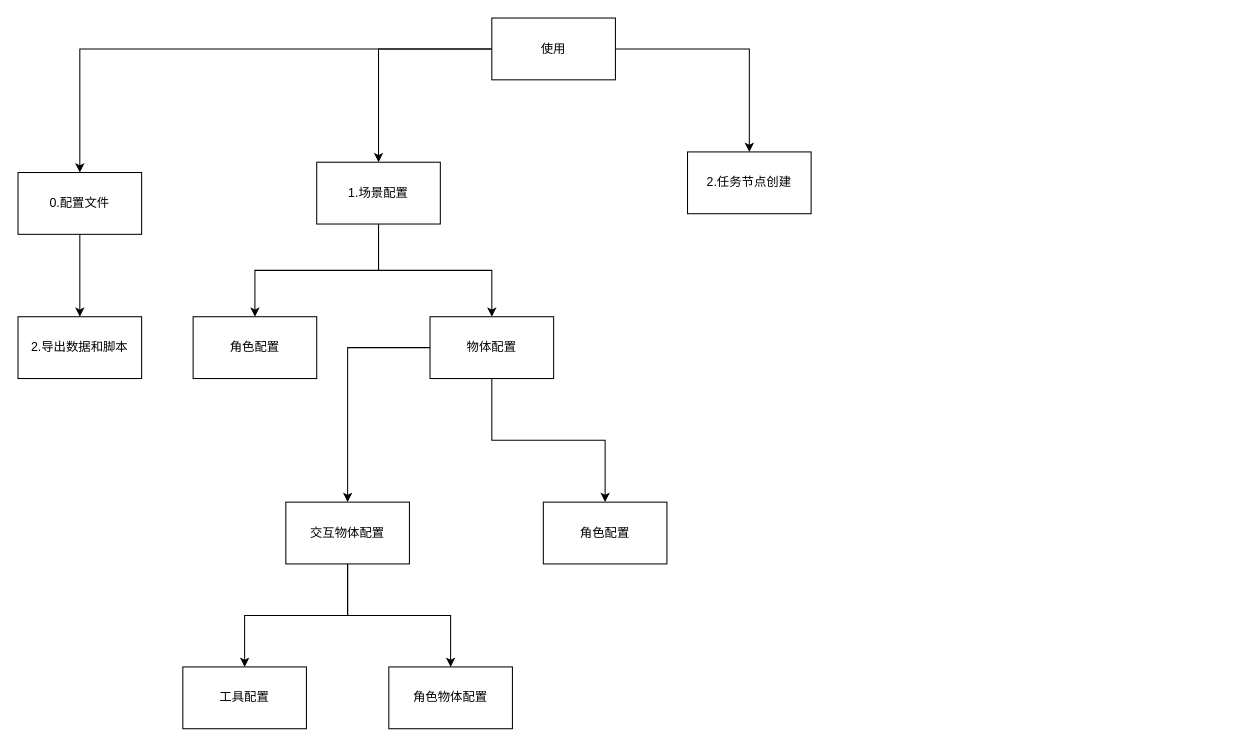
Before: page "使用教程" (1 of 9) of GT/GT.drawio in xzp3094997376/DrawIO, a draw.io diagram. Source tidied: cells renumbered, new cells numbered last; positions are measured from the earlier drawing's top-left corner, leaving out a move shared by most shapes. Both pictures are drawn from the tidied source at 103%, with x=0, y=0 at pixel (18, 18).
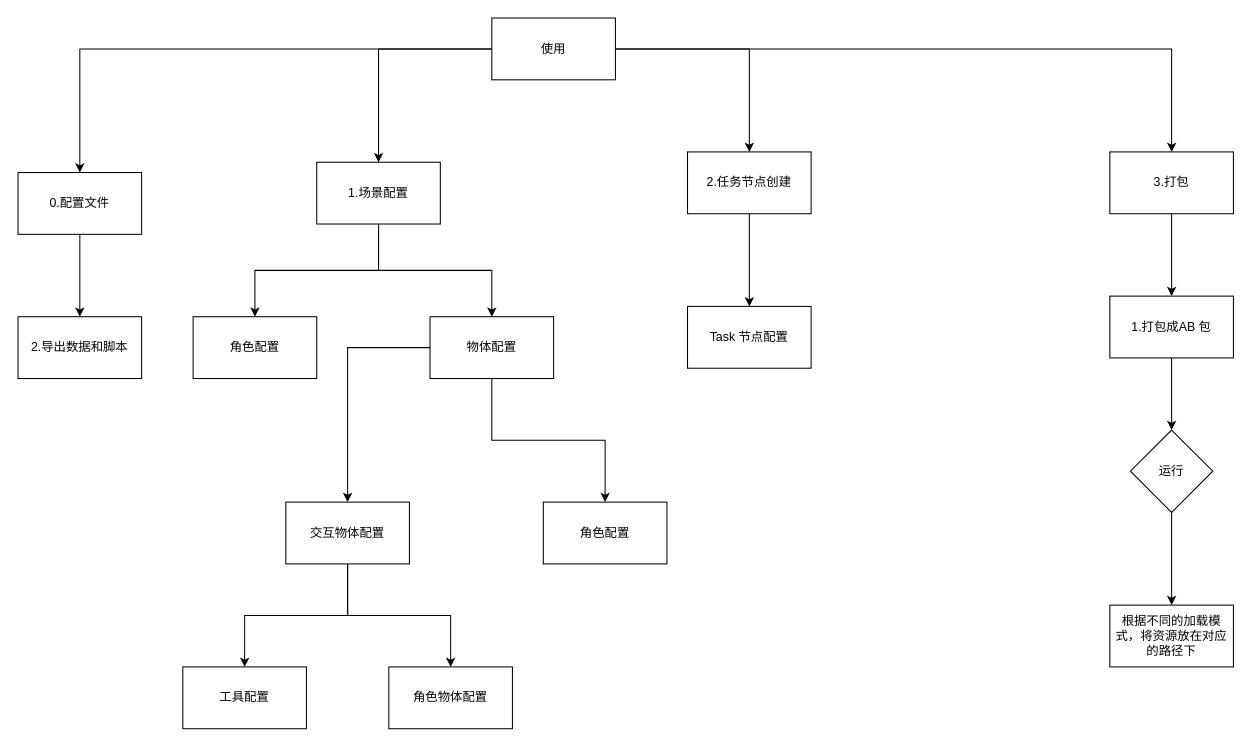
The same page after the edit.

The change refers to these unchanged cells:
```xml
<mxCell id="5" value="使用&lt;br&gt;" style="whiteSpace=wrap;html=1;" parent="1" vertex="1">
  <mxGeometry x="460" width="120" height="60" as="geometry" />
</mxCell>
<mxCell id="22" value="2.任务节点创建" style="whiteSpace=wrap;html=1;" parent="1" vertex="1">
  <mxGeometry x="650" y="130" width="120" height="60" as="geometry" />
</mxCell>
```

Change to the diagram source:
```diff
@@
+    <mxCell id="23" style="edgeStyle=orthogonalEdgeStyle;rounded=0;jettySize=auto;html=1;" parent="1" edge="1" source="5" target="27">
+      <mxGeometry relative="1" as="geometry" />
+    </mxCell>
@@
+    <mxCell id="24" style="edgeStyle=orthogonalEdgeStyle;rounded=0;jettySize=auto;html=1;" parent="1" edge="1" source="22" target="25">
+      <mxGeometry relative="1" as="geometry" />
+    </mxCell>
@@
+    <mxCell id="25" value="Task 节点配置" style="whiteSpace=wrap;html=1;" parent="1" vertex="1">
+      <mxGeometry x="650" y="280" width="120" height="60" as="geometry" />
+    </mxCell>
+    <mxCell id="26" style="edgeStyle=orthogonalEdgeStyle;rounded=0;jettySize=auto;html=1;" parent="1" edge="1" source="27" target="29">
+      <mxGeometry relative="1" as="geometry" />
+    </mxCell>
+    <mxCell id="27" value="3.打包" style="whiteSpace=wrap;html=1;" parent="1" vertex="1">
+      <mxGeometry x="1060" y="130" width="120" height="60" as="geometry" />
+    </mxCell>
+    <mxCell id="28" style="edgeStyle=orthogonalEdgeStyle;rounded=0;jettySize=auto;html=1;" parent="1" edge="1" source="29" target="31">
+      <mxGeometry relative="1" as="geometry" />
+    </mxCell>
+    <mxCell id="29" value="1.打包成AB 包" style="whiteSpace=wrap;html=1;" parent="1" vertex="1">
+      <mxGeometry x="1060" y="270" width="120" height="60" as="geometry" />
+    </mxCell>
+    <mxCell id="30" style="edgeStyle=orthogonalEdgeStyle;rounded=0;jettySize=auto;html=1;" parent="1" edge="1" source="31" target="32">
+      <mxGeometry relative="1" as="geometry" />
+    </mxCell>
+    <mxCell id="31" value="运行" style="rhombus;whiteSpace=wrap;html=1;" parent="1" vertex="1">
+      <mxGeometry x="1080" y="400" width="80" height="80" as="geometry" />
+    </mxCell>
+    <mxCell id="32" value="根据不同的加载模式，将资源放在对应的路径下" style="whiteSpace=wrap;html=1;" parent="1" vertex="1">
+      <mxGeometry x="1060" y="570" width="120" height="60" as="geometry" />
+    </mxCell>
```
